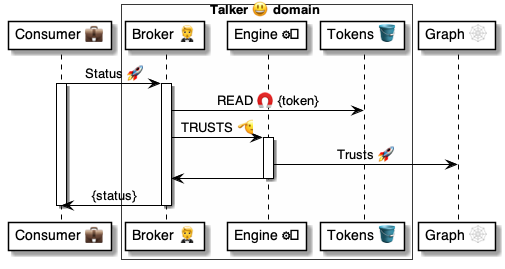
Earlier version of the PlantUML export 4 ⚙️ Solution/20 🧑‍🦰 UI/Brokers 🤵/🤵🅰️ Broker methods/Share 💼 Status 💼🚀🤵/🤵 Status ⚙️ uml.png (pollyweb-org/pollyweb-docs). Its source is kept beside it as 4 ⚙️ Solution/20 🧑‍🦰 UI/Brokers 🤵/🤵🅰️ Broker methods/Share 💼 Status 💼🚀🤵/🤵 Status ⚙️ uml.puml. Source of this version:
```plantuml
@startuml Wallet: Share Token


participant "Consumer 💼" as consumer

box Talker 😃 domain #FFFFFA
    participant "Broker 🤵" as broker
    participant "Engine ⚙️" as engine
    participant "Tokens 🪣" as tokens
end box

participant "Graph 🕸" as graph


    consumer -> broker: Status 🚀

    activate consumer

    activate broker
        broker -> tokens: READ 🧲 {token}
        broker -> engine: TRUSTS 🫡

        activate engine
            engine -> graph: Trusts 🚀
            engine -> broker
        deactivate engine

        broker -> consumer: {status}
    deactivate broker

    deactivate consumer

@enduml
```
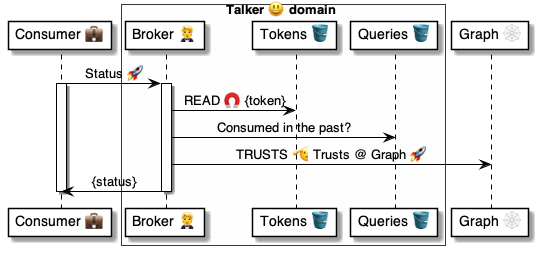
After the commit.

What changed in the source:
```diff
@@ -1,33 +1,27 @@
-@startuml Wallet: Share Token
+@startuml Status@Broker
 
 
 participant "Consumer 💼" as consumer
 
 box Talker 😃 domain #FFFFFA
     participant "Broker 🤵" as broker
-    participant "Engine ⚙️" as engine
     participant "Tokens 🪣" as tokens
+    participant "Queries 🪣" as queries
 end box
-
 participant "Graph 🕸" as graph
 
 
-    consumer -> broker: Status 🚀
+consumer -> broker: Status 🚀
 
-    activate consumer
+activate consumer
 
     activate broker
         broker -> tokens: READ 🧲 {token}
-        broker -> engine: TRUSTS 🫡
-
-        activate engine
-            engine -> graph: Trusts 🚀
-            engine -> broker
-        deactivate engine
-
+        broker -> queries: Consumed in the past?
+        broker -> graph: TRUSTS 🫡 Trusts @ Graph 🚀
         broker -> consumer: {status}
     deactivate broker
 
-    deactivate consumer
+deactivate consumer
 
 @enduml
```
